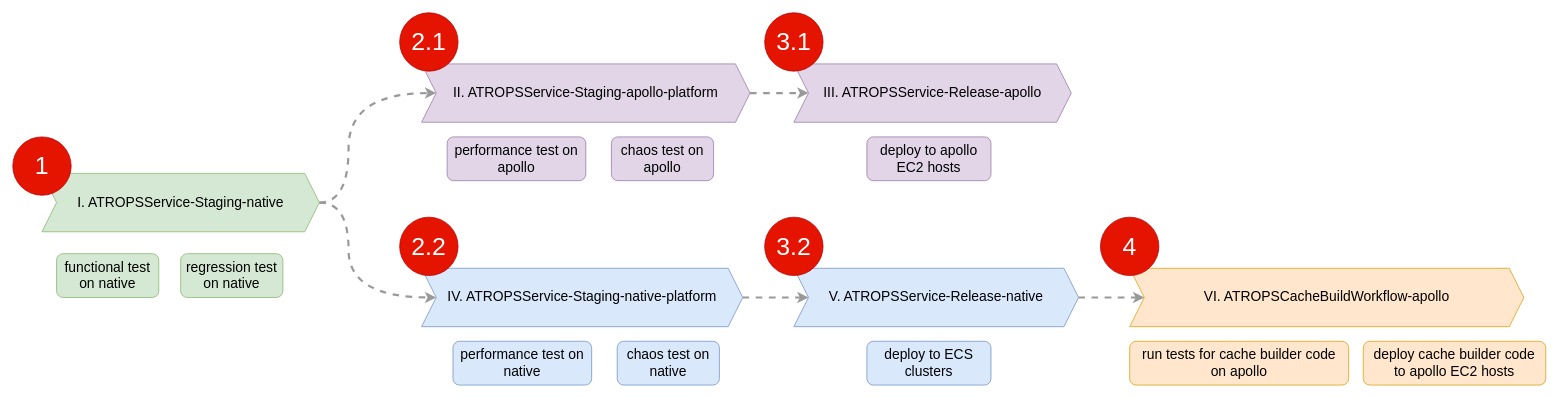
The draw.io diagram page "v2 - weekly code release" (14 of 19) of NAWS_ready_two_pipelines.drawio in PQMeng/draw.io-source-files, before the edit. Source tidied: cells renumbered, new cells numbered last; positions are measured from the earlier drawing's top-left corner, leaving out a move shared by most shapes. Both pictures are drawn from the tidied source at 73%, with x=0, y=0 at pixel (12, 12).
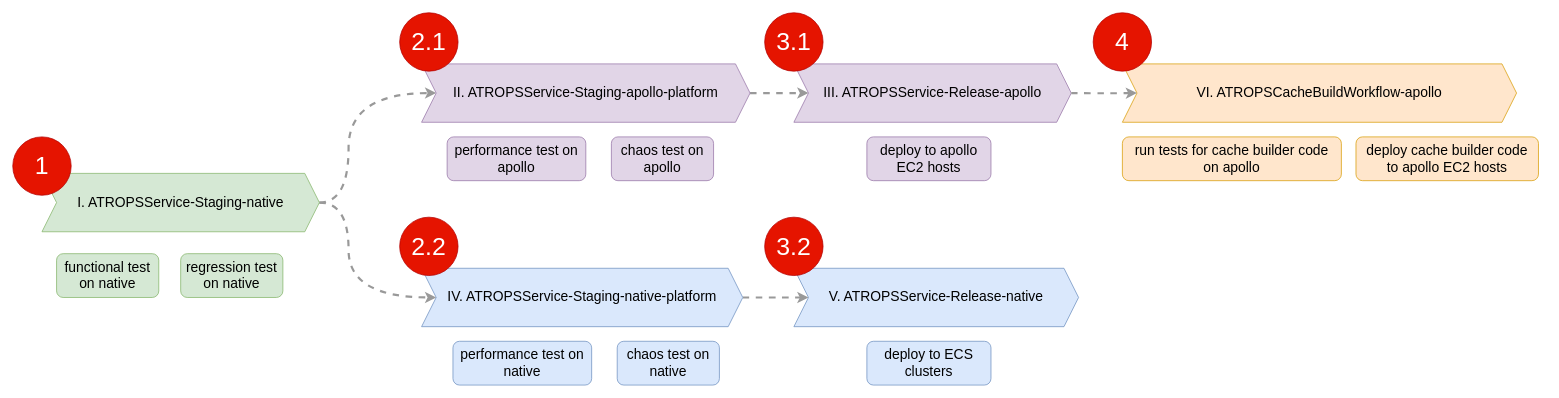
The same page after the edit.

Unchanged cells that the change refers to:
```xml
<mxCell id="12" value="&lt;span&gt;V. ATROPSService-Release-native&lt;/span&gt;" style="shape=step;perimeter=stepPerimeter;whiteSpace=wrap;html=1;fixedSize=1;fontSize=19;fillColor=#dae8fc;strokeColor=#6c8ebf;" parent="1" vertex="1">
  <mxGeometry x="1070" y="350" width="390" height="80" as="geometry" />
</mxCell>
```

What changed in the source:
```diff
@@
     <mxCell id="10" value="&lt;span&gt;VI. ATROPSCacheBuildWorkflow-apollo&lt;/span&gt;" style="shape=step;perimeter=stepPerimeter;whiteSpace=wrap;html=1;fixedSize=1;fontSize=19;fillColor=#ffe6cc;strokeColor=#d79b00;" parent="1" vertex="1">
-      <mxGeometry x="1530" y="350" width="540" height="80" as="geometry" />
+      <mxGeometry x="1520" y="70" width="540" height="80" as="geometry" />
     </mxCell>
-    <mxCell id="11" style="edgeStyle=orthogonalEdgeStyle;curved=1;rounded=0;jettySize=auto;html=1;exitX=1;exitY=0.5;exitDx=0;exitDy=0;dashed=1;fontSize=19;fontColor=#000000;strokeColor=#999999;strokeWidth=3;elbow=vertical;" parent="1" edge="1" source="12" target="10">
-      <mxGeometry relative="1" as="geometry" />
+    <mxCell id="11" style="edgeStyle=orthogonalEdgeStyle;curved=1;rounded=0;jettySize=auto;html=1;exitX=1;exitY=0.5;exitDx=0;exitDy=0;dashed=1;fontSize=19;fontColor=#000000;strokeColor=#999999;strokeWidth=3;elbow=vertical;" parent="1" edge="1" target="10">
+      <mxGeometry relative="1" as="geometry">
+        <mxPoint x="1450" y="110" as="sourcePoint" />
+      </mxGeometry>
     </mxCell>
@@
     <mxCell id="21" value="deploy cache builder code&lt;br&gt;to apollo EC2 hosts" style="rounded=1;whiteSpace=wrap;html=1;fontSize=19;fillColor=#ffe6cc;strokeColor=#d79b00;" parent="1" vertex="1">
-      <mxGeometry x="1850" y="450" width="250" height="60" as="geometry" />
+      <mxGeometry x="1840" y="170" width="250" height="60" as="geometry" />
     </mxCell>
@@
     <mxCell id="27" value="4" style="ellipse;whiteSpace=wrap;html=1;fontSize=34;fillColor=#e51400;strokeColor=#B20000;fontColor=#ffffff;" parent="1" vertex="1">
-      <mxGeometry x="1490" y="280" width="80" height="80" as="geometry" />
+      <mxGeometry x="1480" width="80" height="80" as="geometry" />
     </mxCell>
     <mxCell id="28" value="run tests for cache builder code&lt;br&gt;on apollo" style="rounded=1;whiteSpace=wrap;html=1;fontSize=19;fillColor=#ffe6cc;strokeColor=#d79b00;" parent="1" vertex="1">
-      <mxGeometry x="1530" y="450" width="300" height="60" as="geometry" />
+      <mxGeometry x="1520" y="170" width="300" height="60" as="geometry" />
     </mxCell>
```
